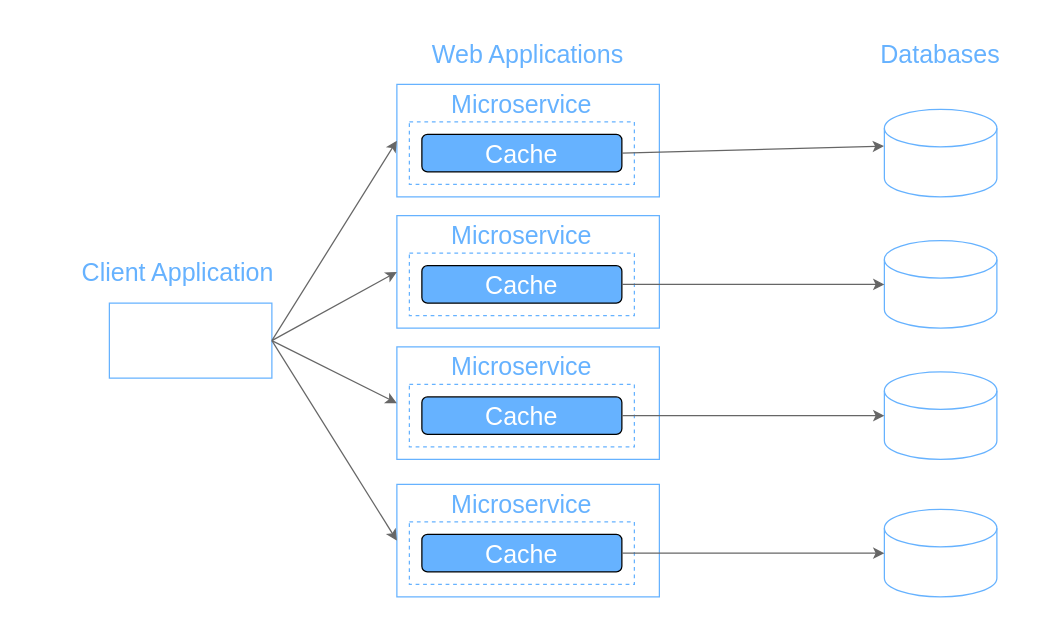
holomodular/ServiceBrick keeps this draw.io diagram as Examples/DistributedDeployment/Diagram.drawio. Above is the earlier version. Source tidied: cells renumbered, new cells numbered last; positions are measured from the earlier drawing's top-left corner, leaving out a move shared by most shapes. Both pictures are drawn from the tidied source at 125%, with x=0, y=0 at pixel (71, 34).
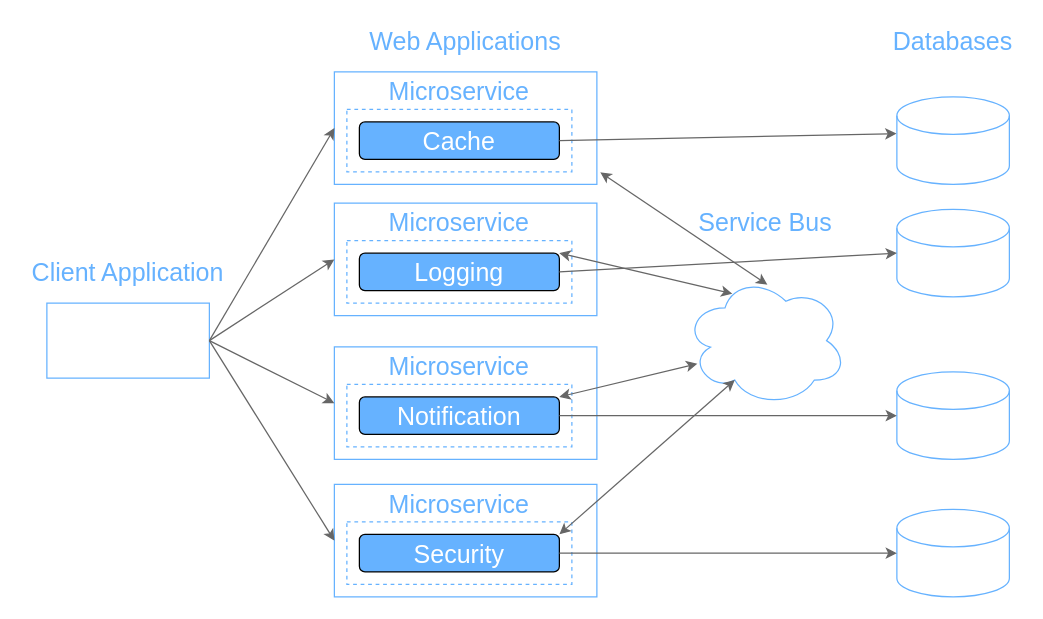
Above is the later version.

Commit message (it also covers changes not shown here):
Update DistributedDeployment diagram

Diff of the diagram source:
```diff
@@
     <mxCell id="2" style="rounded=0;whiteSpace=wrap;html=1;fillColor=#FFFFFF;strokeColor=#66B2FF;" parent="1" vertex="1">
-      <mxGeometry x="260" y="40" width="210" height="90" as="geometry" />
+      <mxGeometry x="210" y="30" width="210" height="90" as="geometry" />
     </mxCell>
     <mxCell id="3" style="rounded=0;whiteSpace=wrap;html=1;fillColor=#FFFFFF;dashed=1;strokeColor=#66B2FF;" parent="1" vertex="1">
-      <mxGeometry x="270" y="70" width="180" height="50" as="geometry" />
+      <mxGeometry x="220" y="60" width="180" height="50" as="geometry" />
     </mxCell>
     <mxCell id="4" style="shape=cylinder3;whiteSpace=wrap;html=1;boundedLbl=1;backgroundOutline=1;size=15;fillColor=#FFFFFF;fontSize=20;strokeColor=#66B2FF;fontColor=#66B2FF;" parent="1" vertex="1">
-      <mxGeometry x="650" y="60" width="90" height="70" as="geometry" />
+      <mxGeometry x="660" y="50" width="90" height="70" as="geometry" />
     </mxCell>
     <mxCell id="5" value="&lt;font style=&quot;font-size: 20px;&quot;&gt;Cache&lt;/font&gt;" style="rounded=1;whiteSpace=wrap;html=1;fillColor=#66B2FF;fontColor=#FFFFFF;" parent="1" vertex="1">
-      <mxGeometry x="280" y="80" width="160" height="30" as="geometry" />
+      <mxGeometry x="230" y="70" width="160" height="30" as="geometry" />
     </mxCell>
@@
     <mxCell id="7" value="Microservice" style="text;html=1;align=center;verticalAlign=middle;whiteSpace=wrap;rounded=0;fillColor=none;fontColor=#66B2FF;fontSize=20;" parent="1" vertex="1">
-      <mxGeometry x="275" y="40" width="170" height="30" as="geometry" />
+      <mxGeometry x="225" y="30" width="170" height="30" as="geometry" />
     </mxCell>
     <mxCell id="8" value="Web Applications" style="text;html=1;align=center;verticalAlign=middle;whiteSpace=wrap;rounded=0;fillColor=none;fontColor=#66B2FF;fontSize=20;" parent="1" vertex="1">
-      <mxGeometry x="280" width="170" height="30" as="geometry" />
+      <mxGeometry x="230" y="-10" width="170" height="30" as="geometry" />
     </mxCell>
     <mxCell id="9" style="rounded=0;whiteSpace=wrap;html=1;fillColor=#FFFFFF;strokeColor=#66B2FF;" parent="1" vertex="1">
-      <mxGeometry x="30" y="215" width="130" height="60" as="geometry" />
+      <mxGeometry x="-20" y="215" width="130" height="60" as="geometry" />
     </mxCell>
     <mxCell id="10" value="Client Application" style="text;html=1;align=center;verticalAlign=middle;whiteSpace=wrap;rounded=0;fillColor=none;fontColor=#66B2FF;fontSize=20;" parent="1" vertex="1">
-      <mxGeometry y="175" width="170" height="30" as="geometry" />
+      <mxGeometry x="-40" y="175" width="170" height="30" as="geometry" />
     </mxCell>
@@
     <mxCell id="12" value="Databases" style="text;html=1;align=center;verticalAlign=middle;whiteSpace=wrap;rounded=0;fillColor=none;fontColor=#66B2FF;fontSize=20;" parent="1" vertex="1">
-      <mxGeometry x="640" width="110" height="30" as="geometry" />
+      <mxGeometry x="650" y="-10" width="110" height="30" as="geometry" />
     </mxCell>
     <mxCell id="13" style="shape=cylinder3;whiteSpace=wrap;html=1;boundedLbl=1;backgroundOutline=1;size=15;fillColor=#FFFFFF;fontSize=20;strokeColor=#66B2FF;fontColor=#66B2FF;" parent="1" vertex="1">
-      <mxGeometry x="650" y="165" width="90" height="70" as="geometry" />
+      <mxGeometry x="660" y="140" width="90" height="70" as="geometry" />
     </mxCell>
     <mxCell id="14" style="shape=cylinder3;whiteSpace=wrap;html=1;boundedLbl=1;backgroundOutline=1;size=15;fillColor=#FFFFFF;fontSize=20;strokeColor=#66B2FF;fontColor=#66B2FF;" parent="1" vertex="1">
-      <mxGeometry x="650" y="270" width="90" height="70" as="geometry" />
+      <mxGeometry x="660" y="270" width="90" height="70" as="geometry" />
     </mxCell>
     <mxCell id="15" style="shape=cylinder3;whiteSpace=wrap;html=1;boundedLbl=1;backgroundOutline=1;size=15;fillColor=#FFFFFF;fontSize=20;strokeColor=#66B2FF;fontColor=#66B2FF;" parent="1" vertex="1">
-      <mxGeometry x="650" y="380" width="90" height="70" as="geometry" />
+      <mxGeometry x="660" y="380" width="90" height="70" as="geometry" />
     </mxCell>
     <mxCell id="16" style="rounded=0;whiteSpace=wrap;html=1;fillColor=#FFFFFF;strokeColor=#66B2FF;" parent="1" vertex="1">
-      <mxGeometry x="260" y="145" width="210" height="90" as="geometry" />
+      <mxGeometry x="210" y="135" width="210" height="90" as="geometry" />
     </mxCell>
     <mxCell id="17" style="rounded=0;whiteSpace=wrap;html=1;fillColor=#FFFFFF;dashed=1;strokeColor=#66B2FF;" parent="1" vertex="1">
-      <mxGeometry x="270" y="175" width="180" height="50" as="geometry" />
+      <mxGeometry x="220" y="165" width="180" height="50" as="geometry" />
     </mxCell>
-    <mxCell id="18" value="&lt;font style=&quot;font-size: 20px;&quot;&gt;Cache&lt;/font&gt;" style="rounded=1;whiteSpace=wrap;html=1;fillColor=#66B2FF;fontColor=#FFFFFF;" parent="1" vertex="1">
-      <mxGeometry x="280" y="185" width="160" height="30" as="geometry" />
+    <mxCell id="18" value="&lt;font style=&quot;font-size: 20px;&quot;&gt;Logging&lt;/font&gt;" style="rounded=1;whiteSpace=wrap;html=1;fillColor=#66B2FF;fontColor=#FFFFFF;" parent="1" vertex="1">
+      <mxGeometry x="230" y="175" width="160" height="30" as="geometry" />
     </mxCell>
     <mxCell id="19" value="Microservice" style="text;html=1;align=center;verticalAlign=middle;whiteSpace=wrap;rounded=0;fillColor=none;fontColor=#66B2FF;fontSize=20;" parent="1" vertex="1">
-      <mxGeometry x="275" y="145" width="170" height="30" as="geometry" />
+      <mxGeometry x="225" y="135" width="170" height="30" as="geometry" />
     </mxCell>
     <mxCell id="20" style="rounded=0;whiteSpace=wrap;html=1;fillColor=#FFFFFF;strokeColor=#66B2FF;" parent="1" vertex="1">
-      <mxGeometry x="260" y="250" width="210" height="90" as="geometry" />
+      <mxGeometry x="210" y="250" width="210" height="90" as="geometry" />
     </mxCell>
     <mxCell id="21" style="rounded=0;whiteSpace=wrap;html=1;fillColor=#FFFFFF;dashed=1;strokeColor=#66B2FF;" parent="1" vertex="1">
-      <mxGeometry x="270" y="280" width="180" height="50" as="geometry" />
+      <mxGeometry x="220" y="280" width="180" height="50" as="geometry" />
     </mxCell>
-    <mxCell id="22" value="&lt;font style=&quot;font-size: 20px;&quot;&gt;Cache&lt;/font&gt;" style="rounded=1;whiteSpace=wrap;html=1;fillColor=#66B2FF;fontColor=#FFFFFF;" parent="1" vertex="1">
-      <mxGeometry x="280" y="290" width="160" height="30" as="geometry" />
+    <mxCell id="22" value="&lt;font style=&quot;font-size: 20px;&quot;&gt;Notification&lt;/font&gt;" style="rounded=1;whiteSpace=wrap;html=1;fillColor=#66B2FF;fontColor=#FFFFFF;" parent="1" vertex="1">
+      <mxGeometry x="230" y="290" width="160" height="30" as="geometry" />
     </mxCell>
     <mxCell id="23" value="Microservice" style="text;html=1;align=center;verticalAlign=middle;whiteSpace=wrap;rounded=0;fillColor=none;fontColor=#66B2FF;fontSize=20;" parent="1" vertex="1">
-      <mxGeometry x="275" y="250" width="170" height="30" as="geometry" />
+      <mxGeometry x="225" y="250" width="170" height="30" as="geometry" />
     </mxCell>
     <mxCell id="24" style="rounded=0;whiteSpace=wrap;html=1;fillColor=#FFFFFF;strokeColor=#66B2FF;" parent="1" vertex="1">
-      <mxGeometry x="260" y="360" width="210" height="90" as="geometry" />
+      <mxGeometry x="210" y="360" width="210" height="90" as="geometry" />
     </mxCell>
     <mxCell id="25" style="rounded=0;whiteSpace=wrap;html=1;fillColor=#FFFFFF;dashed=1;strokeColor=#66B2FF;" parent="1" vertex="1">
-      <mxGeometry x="270" y="390" width="180" height="50" as="geometry" />
+      <mxGeometry x="220" y="390" width="180" height="50" as="geometry" />
     </mxCell>
-    <mxCell id="26" value="&lt;font style=&quot;font-size: 20px;&quot;&gt;Cache&lt;/font&gt;" style="rounded=1;whiteSpace=wrap;html=1;fillColor=#66B2FF;fontColor=#FFFFFF;" parent="1" vertex="1">
-      <mxGeometry x="280" y="400" width="160" height="30" as="geometry" />
+    <mxCell id="26" value="&lt;font style=&quot;font-size: 20px;&quot;&gt;Security&lt;/font&gt;" style="rounded=1;whiteSpace=wrap;html=1;fillColor=#66B2FF;fontColor=#FFFFFF;" parent="1" vertex="1">
+      <mxGeometry x="230" y="400" width="160" height="30" as="geometry" />
     </mxCell>
     <mxCell id="27" value="Microservice" style="text;html=1;align=center;verticalAlign=middle;whiteSpace=wrap;rounded=0;fillColor=none;fontColor=#66B2FF;fontSize=20;" parent="1" vertex="1">
-      <mxGeometry x="275" y="360" width="170" height="30" as="geometry" />
+      <mxGeometry x="225" y="360" width="170" height="30" as="geometry" />
     </mxCell>
@@
+    <mxCell id="34" style="ellipse;shape=cloud;whiteSpace=wrap;html=1;strokeColor=#66B2FF;" parent="1" vertex="1">
+      <mxGeometry x="490" y="192.5" width="130" height="105" as="geometry" />
+    </mxCell>
+    <mxCell id="35" style="endArrow=classic;startArrow=classic;html=1;rounded=0;strokeColor=#666666;exitX=1.013;exitY=0.893;exitDx=0;exitDy=0;exitPerimeter=0;entryX=0.511;entryY=0.074;entryDx=0;entryDy=0;entryPerimeter=0;" parent="1" edge="1" source="2" target="34">
+      <mxGeometry relative="1" as="geometry" />
+    </mxCell>
+    <mxCell id="36" style="endArrow=classic;startArrow=classic;html=1;rounded=0;strokeColor=#666666;exitX=1;exitY=0;exitDx=0;exitDy=0;entryX=0.295;entryY=0.143;entryDx=0;entryDy=0;entryPerimeter=0;" parent="1" edge="1" source="18" target="34">
+      <mxGeometry relative="1" as="geometry" />
+    </mxCell>
+    <mxCell id="37" style="endArrow=classic;startArrow=classic;html=1;rounded=0;strokeColor=#666666;exitX=1;exitY=0;exitDx=0;exitDy=0;entryX=0.31;entryY=0.8;entryDx=0;entryDy=0;entryPerimeter=0;" parent="1" edge="1" source="26" target="34">
+      <mxGeometry relative="1" as="geometry" />
+    </mxCell>
+    <mxCell id="38" style="endArrow=classic;startArrow=classic;html=1;rounded=0;strokeColor=#666666;exitX=1;exitY=0;exitDx=0;exitDy=0;entryX=0.08;entryY=0.676;entryDx=0;entryDy=0;entryPerimeter=0;" parent="1" edge="1" source="22" target="34">
+      <mxGeometry relative="1" as="geometry" />
+    </mxCell>
+    <mxCell id="39" value="Service Bus" style="text;html=1;align=center;verticalAlign=middle;whiteSpace=wrap;rounded=0;fillColor=none;fontColor=#66B2FF;fontSize=20;" parent="1" vertex="1">
+      <mxGeometry x="500" y="135" width="110" height="30" as="geometry" />
+    </mxCell>
```
